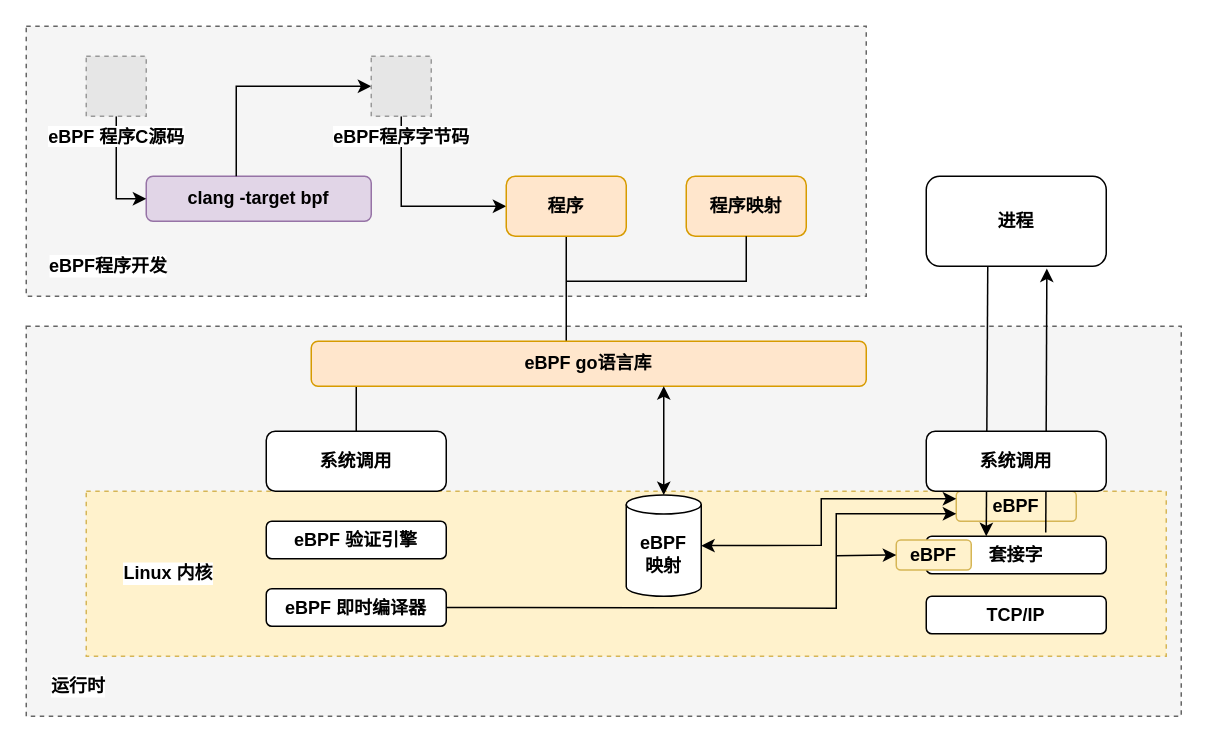
Above: eBPF.drawio in wrongerror/diagrams (draw.io), before the change. Source tidied: cells renumbered, new cells numbered last; positions are measured from the earlier drawing's top-left corner, leaving out a move shared by most shapes. Both pictures are drawn from the tidied source at 150%, with x=0, y=0 at pixel (26, 26). Pictures stored in the file or linked from it are replaced by grey dashed boxes.
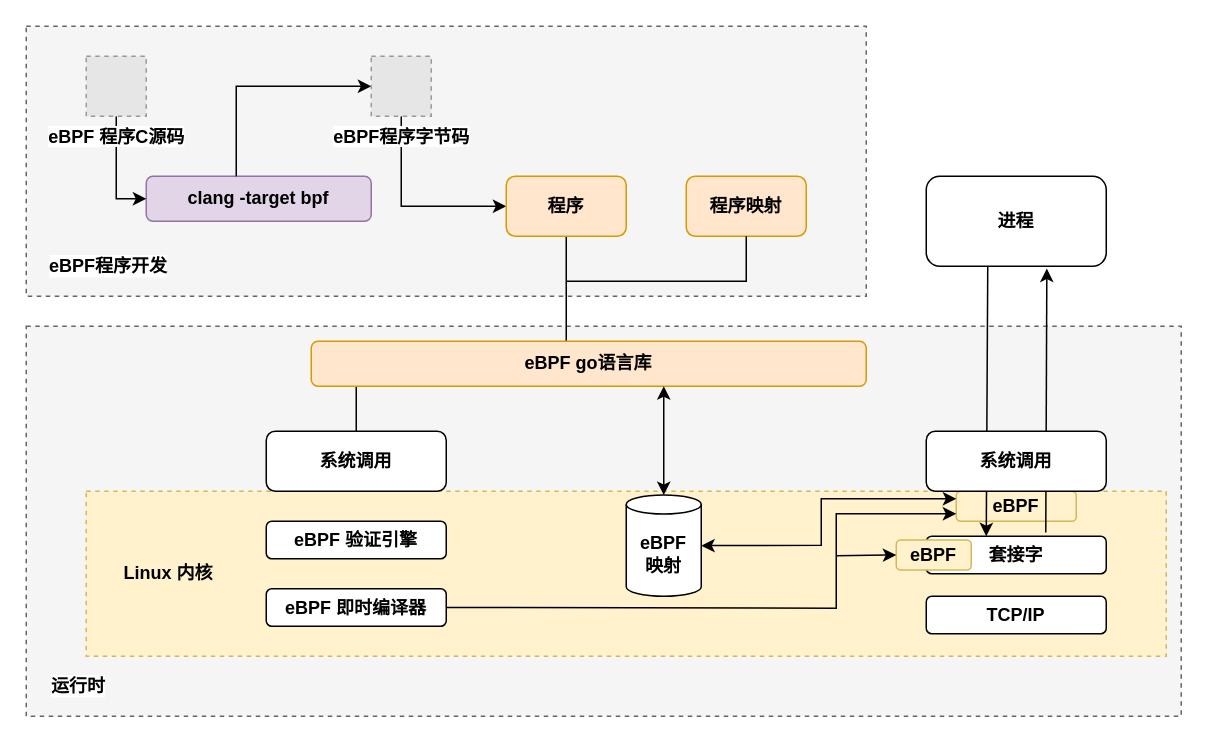
The same page after the edit.

Diff of the diagram source:
```diff
@@
-    <mxCell id="17" value="Linux 内核" style="text;html=1;strokeColor=none;fillColor=none;align=center;verticalAlign=middle;whiteSpace=wrap;rounded=0;labelBackgroundColor=default;sketch=0;fontColor=default;rotation=0;fontStyle=1;" parent="1" vertex="1">
+    <mxCell id="17" value="Linux 内核" style="text;html=1;strokeColor=none;fillColor=none;align=center;verticalAlign=middle;whiteSpace=wrap;rounded=0;labelBackgroundColor=none;sketch=0;fontColor=default;rotation=0;fontStyle=1;" parent="1" vertex="1">
       <mxGeometry x="50" y="355" width="90" height="20" as="geometry" />
     </mxCell>
```
